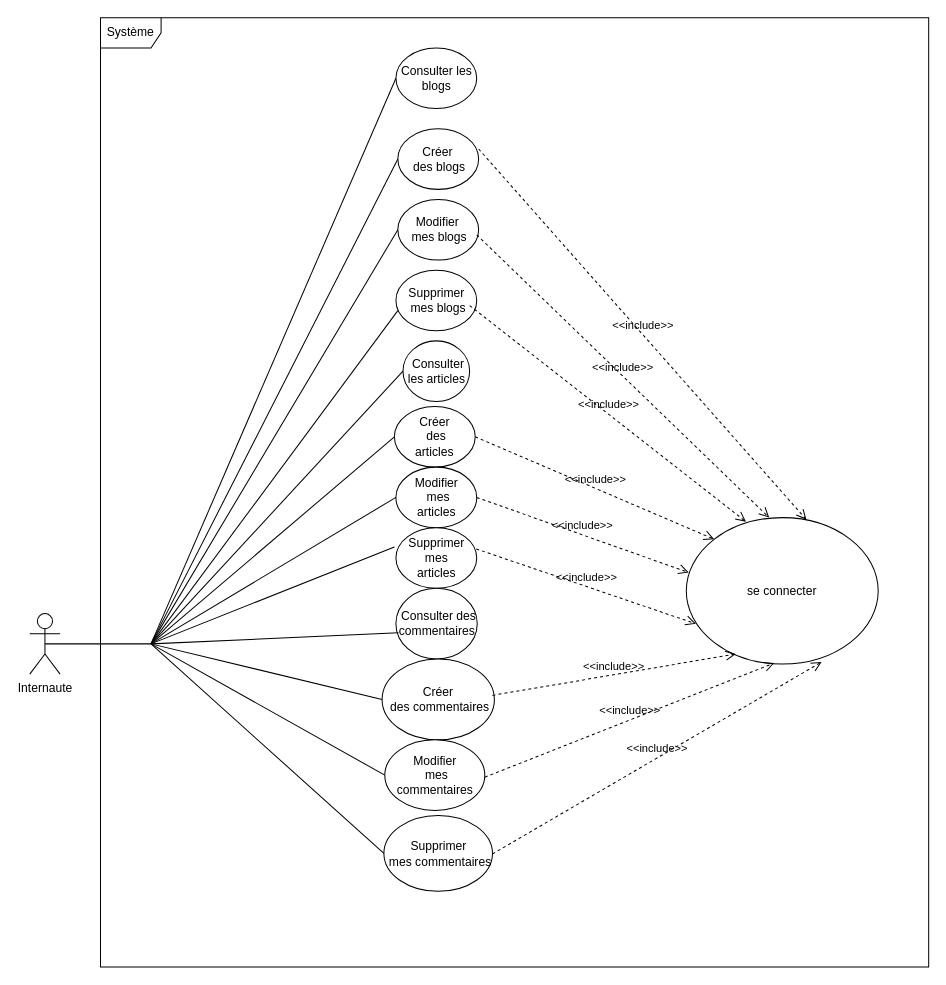
Before: page "Diagramme de cas d’utilisation" (3 of 9) of Diagramme sans nom.drawio in Ali0908/BDD_UML, a draw.io diagram. Source tidied: cells renumbered, new cells numbered last; positions are measured from the earlier drawing's top-left corner, leaving out a move shared by most shapes. Both pictures are drawn from the tidied source at 101%, with x=0, y=0 at pixel (29, 17).
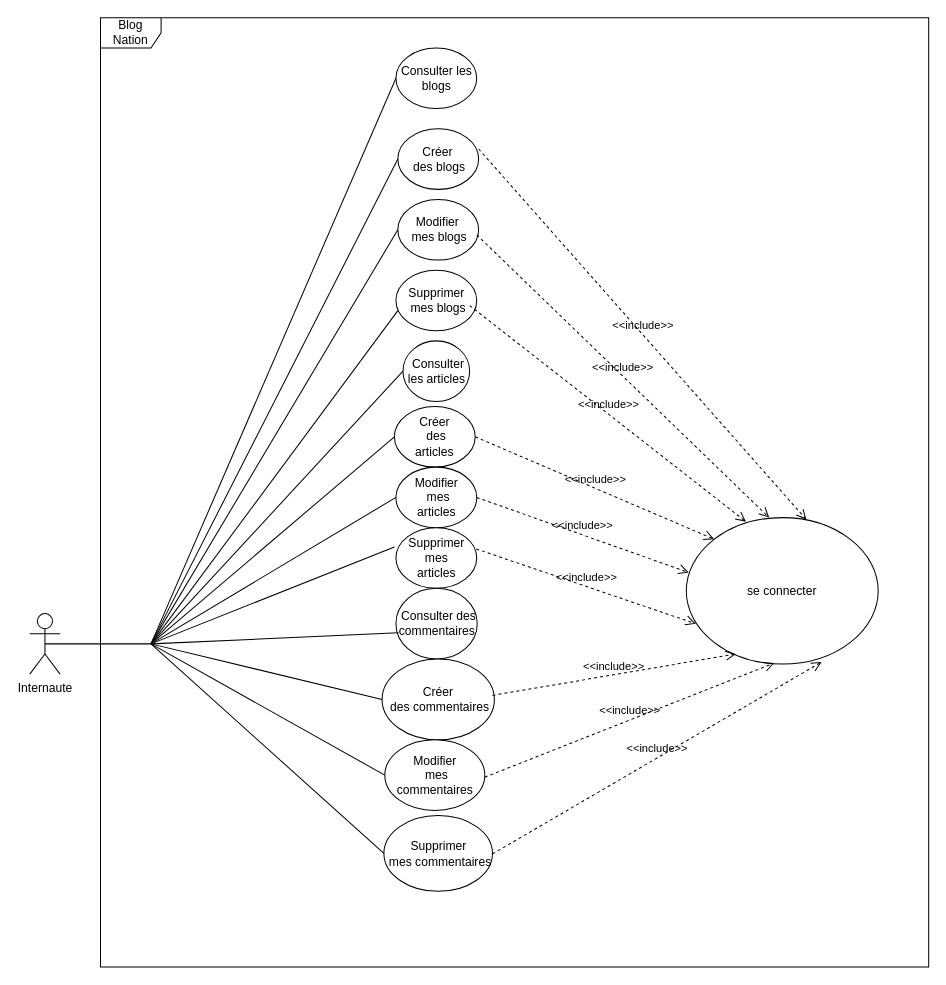
After the change.

What changed in the source:
```diff
@@
-    <mxCell id="8" value="Système" style="shape=umlFrame;whiteSpace=wrap;html=1;" parent="1" vertex="1">
+    <mxCell id="8" value="Blog Nation" style="shape=umlFrame;whiteSpace=wrap;html=1;" parent="1" vertex="1">
       <mxGeometry x="70" width="820" height="940" as="geometry" />
     </mxCell>
```
